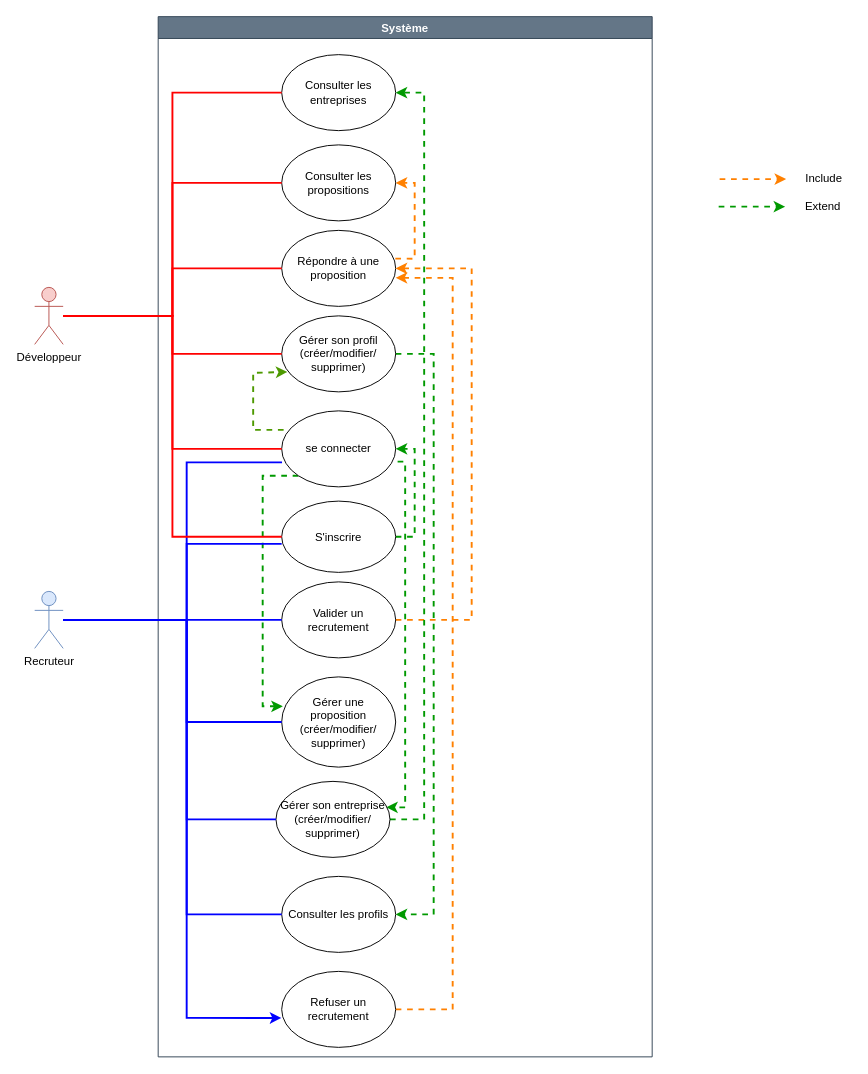
Aurelie1416/books-key keeps this draw.io diagram as diagramme_use_case.drawio. Above is the earlier version. Source tidied: cells renumbered, new cells numbered last; positions are measured from the earlier drawing's top-left corner, leaving out a move shared by most shapes. Both pictures are drawn from the tidied source at 95%, with x=0, y=0 at pixel (34, 16).
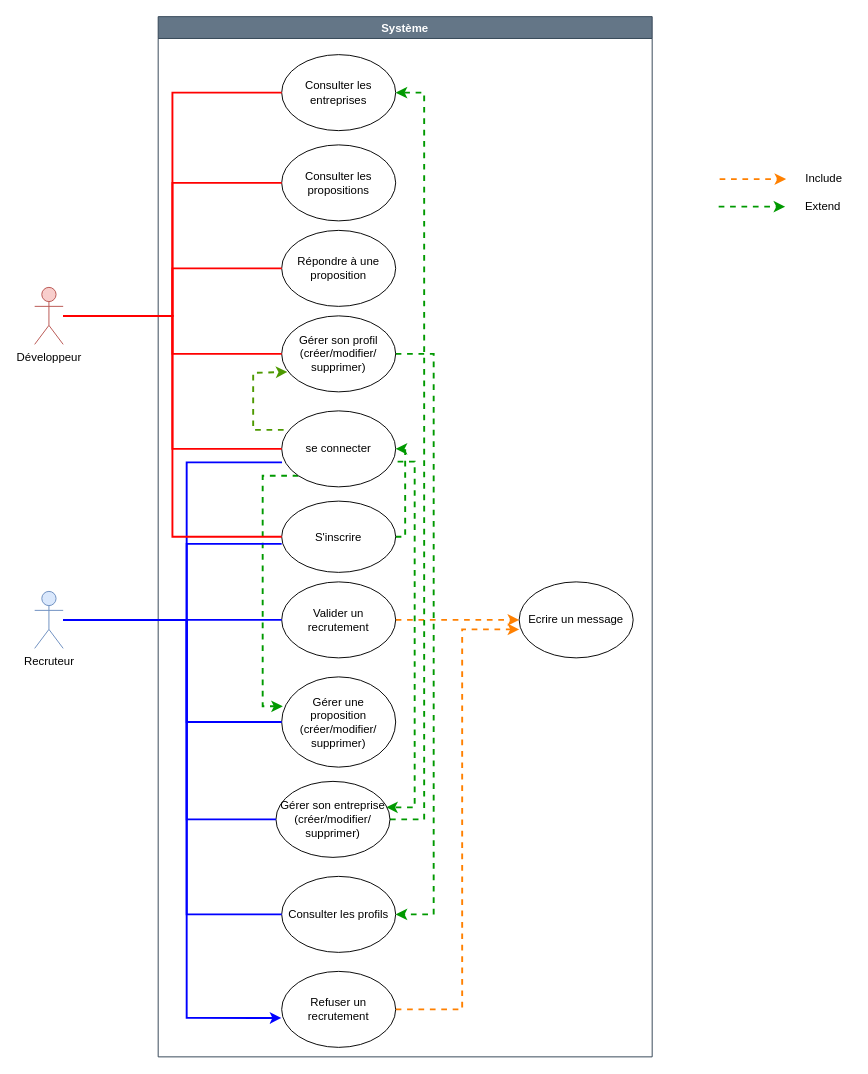
After the change.

The change refers to these unchanged cells:
```xml
<mxCell id="2" value="Système" style="swimlane;fillColor=#647687;fontColor=#ffffff;strokeColor=#314354;" parent="1" vertex="1">
  <mxGeometry x="130" width="520" height="1095" as="geometry" />
</mxCell>
<mxCell id="5" value="Répondre à une proposition" style="ellipse;whiteSpace=wrap;html=1;" parent="2" vertex="1">
  <mxGeometry x="130" y="225" width="120" height="80" as="geometry" />
</mxCell>
<mxCell id="10" value="se connecter" style="ellipse;whiteSpace=wrap;html=1;" parent="2" vertex="1">
  <mxGeometry x="130" y="415" width="120" height="80" as="geometry" />
</mxCell>
<mxCell id="12" value="S'inscrire" style="ellipse;whiteSpace=wrap;html=1;" parent="2" vertex="1">
  <mxGeometry x="130" y="510" width="120" height="75" as="geometry" />
</mxCell>
<mxCell id="14" value="Valider un recrutement" style="ellipse;whiteSpace=wrap;html=1;" parent="2" vertex="1">
  <mxGeometry x="130" y="595" width="120" height="80" as="geometry" />
</mxCell>
<mxCell id="19" value="Gérer son entreprise&lt;br&gt;(créer/modifier/&lt;br&gt;supprimer)" style="ellipse;whiteSpace=wrap;html=1;" parent="2" vertex="1">
  <mxGeometry x="124" y="805" width="120" height="80" as="geometry" />
</mxCell>
<mxCell id="20" value="Consulter les propositions" style="ellipse;whiteSpace=wrap;html=1;" parent="2" vertex="1">
  <mxGeometry x="130" y="135" width="120" height="80" as="geometry" />
</mxCell>
<mxCell id="22" value="Refuser un recrutement" style="ellipse;whiteSpace=wrap;html=1;" parent="2" vertex="1">
  <mxGeometry x="130" y="1005" width="120" height="80" as="geometry" />
</mxCell>
```

What changed in the source:
```diff
@@
-    <mxCell id="4" style="edgeStyle=orthogonalEdgeStyle;rounded=0;jettySize=auto;html=1;entryX=1;entryY=0.5;entryDx=0;entryDy=0;dashed=1;startArrow=none;startFill=0;endArrow=classic;endFill=1;strokeColor=#FF8000;strokeWidth=2;exitX=0.997;exitY=0.372;exitDx=0;exitDy=0;exitPerimeter=0;" parent="2" edge="1" source="5" target="20">
-      <mxGeometry relative="1" as="geometry" />
-    </mxCell>
@@
     <mxCell id="11" style="edgeStyle=orthogonalEdgeStyle;rounded=0;jettySize=auto;html=1;entryX=1;entryY=0.5;entryDx=0;entryDy=0;endArrow=classic;endFill=1;strokeColor=#009900;strokeWidth=2;exitX=1;exitY=0.5;exitDx=0;exitDy=0;dashed=1;" parent="2" edge="1" source="12" target="10">
-      <mxGeometry relative="1" as="geometry" />
+      <mxGeometry relative="1" as="geometry">
+        <Array as="points">
+          <mxPoint x="260" y="548" />
+          <mxPoint x="260" y="455" />
+        </Array>
+      </mxGeometry>
     </mxCell>
@@
-    <mxCell id="13" style="edgeStyle=orthogonalEdgeStyle;rounded=0;jettySize=auto;html=1;entryX=1;entryY=0.5;entryDx=0;entryDy=0;dashed=1;endArrow=classic;endFill=1;strokeColor=#FF8000;strokeWidth=2;exitX=1;exitY=0.5;exitDx=0;exitDy=0;" parent="2" edge="1" source="14" target="5">
-      <mxGeometry relative="1" as="geometry">
-        <Array as="points">
-          <mxPoint x="330" y="635" />
-          <mxPoint x="330" y="265" />
-        </Array>
-      </mxGeometry>
-    </mxCell>
+    <mxCell id="42" style="edgeStyle=orthogonalEdgeStyle;rounded=0;jettySize=auto;html=1;entryX=0;entryY=0.5;entryDx=0;entryDy=0;dashed=1;strokeColor=#FF8000;strokeWidth=2;" parent="2" edge="1" source="14" target="44">
+      <mxGeometry relative="1" as="geometry" />
+    </mxCell>
@@
     <mxCell id="18" style="edgeStyle=orthogonalEdgeStyle;rounded=0;jettySize=auto;html=1;entryX=0.967;entryY=0.342;entryDx=0;entryDy=0;entryPerimeter=0;dashed=1;startArrow=none;startFill=0;endArrow=classic;endFill=1;strokeColor=#009900;strokeWidth=2;exitX=1.017;exitY=0.668;exitDx=0;exitDy=0;exitPerimeter=0;" parent="2" edge="1" source="10" target="19">
       <mxGeometry relative="1" as="geometry">
         <Array as="points">
-          <mxPoint x="260" y="468" />
-          <mxPoint x="260" y="832" />
+          <mxPoint x="270" y="468" />
+          <mxPoint x="270" y="832" />
         </Array>
       </mxGeometry>
     </mxCell>
@@
-    <mxCell id="21" style="edgeStyle=orthogonalEdgeStyle;rounded=0;jettySize=auto;html=1;entryX=1;entryY=0.625;entryDx=0;entryDy=0;entryPerimeter=0;strokeColor=#FF8000;strokeWidth=2;exitX=1;exitY=0.5;exitDx=0;exitDy=0;dashed=1;" parent="2" edge="1" source="22" target="5">
-      <mxGeometry relative="1" as="geometry">
-        <Array as="points">
-          <mxPoint x="310" y="1045" />
-          <mxPoint x="310" y="275" />
-        </Array>
-      </mxGeometry>
-    </mxCell>
+    <mxCell id="43" style="edgeStyle=orthogonalEdgeStyle;rounded=0;jettySize=auto;html=1;exitX=1;exitY=0.5;exitDx=0;exitDy=0;entryX=0;entryY=0.625;entryDx=0;entryDy=0;entryPerimeter=0;dashed=1;strokeColor=#FF8000;strokeWidth=2;" parent="2" edge="1" source="22" target="44">
+      <mxGeometry relative="1" as="geometry">
+        <Array as="points">
+          <mxPoint x="320" y="1045" />
+          <mxPoint x="320" y="645" />
+        </Array>
+      </mxGeometry>
+    </mxCell>
@@
+    <mxCell id="44" value="Ecrire un message" style="ellipse;whiteSpace=wrap;html=1;" parent="2" vertex="1">
+      <mxGeometry x="380" y="595" width="120" height="80" as="geometry" />
+    </mxCell>
```
